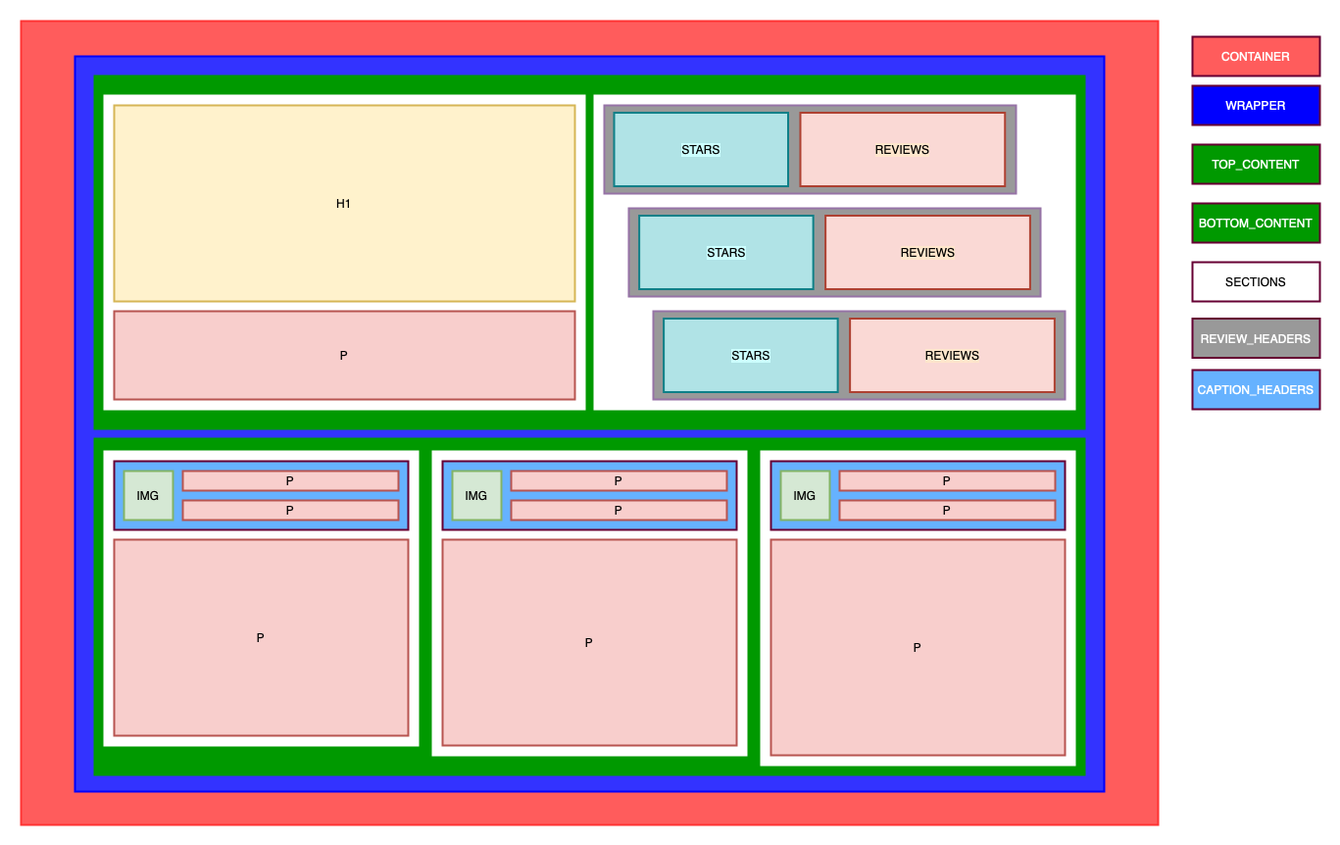
Before: Social-proof-div-layout.png, a diagram exported from draw.io (Basit-Dev/social-proof-FE). Source tidied: cells renumbered, new cells last; positions are measured from the earlier drawing's top-left corner, leaving out a move shared by most shapes.
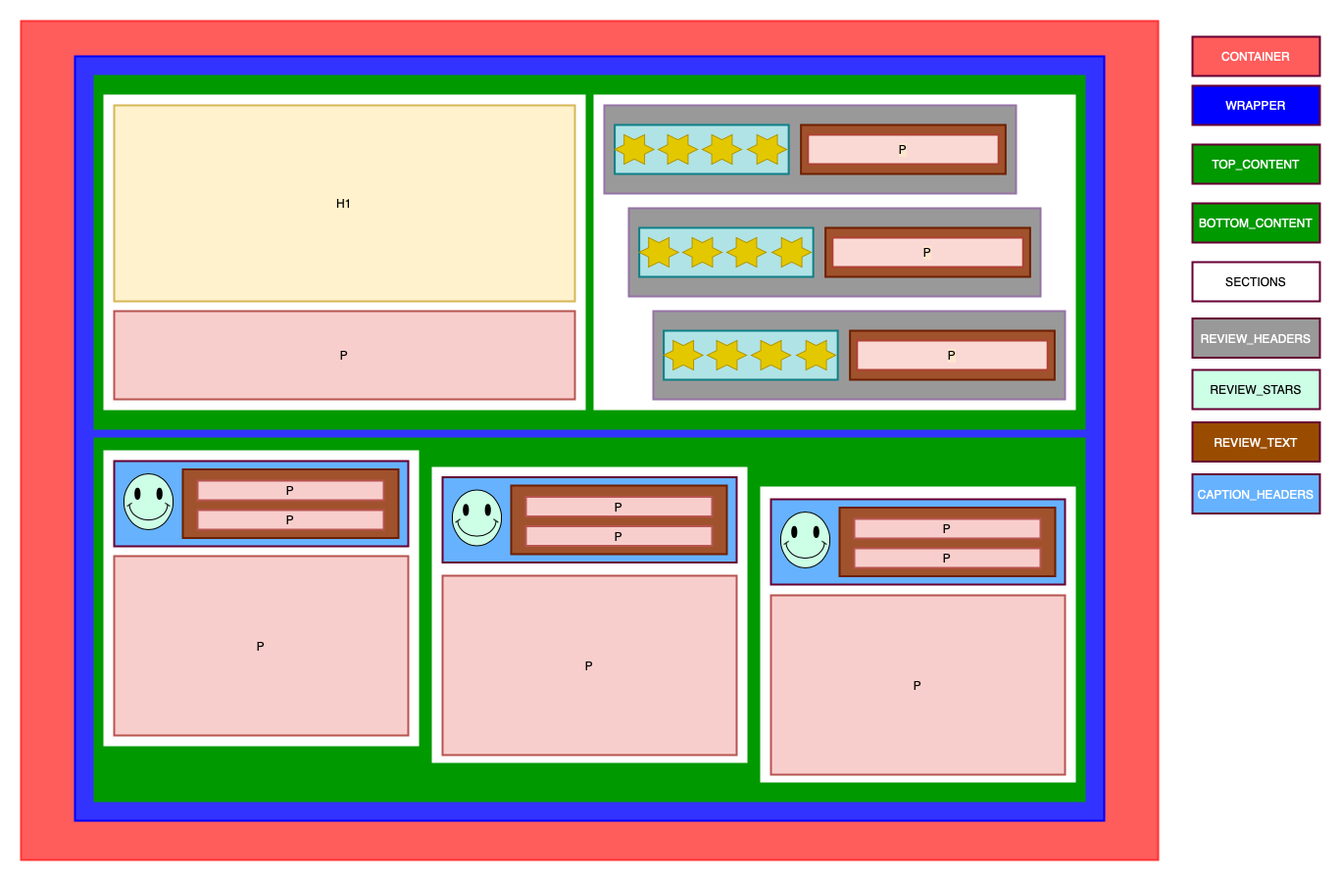
The same diagram one commit later.

Commit message:
wireframe sketch

What changed in the source:
```diff
@@ -3,16 +3,16 @@
     <mxCell id="0" />
     <mxCell id="1" parent="0" />
     <mxCell id="2" style="rounded=0;whiteSpace=wrap;html=1;strokeWidth=2;strokeColor=#FF3333;align=left;labelBackgroundColor=#ffffff;fillColor=#FF5C5C;" parent="1" vertex="1">
-      <mxGeometry width="1160" height="820" as="geometry" />
+      <mxGeometry width="1160" height="856" as="geometry" />
     </mxCell>
     <mxCell id="3" style="rounded=0;whiteSpace=wrap;html=1;strokeWidth=2;strokeColor=#0000FF;fillColor=#3333FF;" parent="1" vertex="1">
-      <mxGeometry x="55" y="36" width="1050" height="750" as="geometry" />
+      <mxGeometry x="55" y="36" width="1050" height="780" as="geometry" />
     </mxCell>
     <mxCell id="4" style="rounded=0;whiteSpace=wrap;html=1;strokeWidth=2;strokeColor=#009900;fillColor=#009900;" parent="1" vertex="1">
       <mxGeometry x="75" y="56" width="1010" height="360" as="geometry" />
     </mxCell>
     <mxCell id="5" style="rounded=0;whiteSpace=wrap;html=1;strokeWidth=2;strokeColor=#009900;fillColor=#009900;" parent="1" vertex="1">
-      <mxGeometry x="75" y="426" width="1010" height="343" as="geometry" />
+      <mxGeometry x="75" y="426" width="1010" height="370" as="geometry" />
     </mxCell>
     <mxCell id="6" style="rounded=0;whiteSpace=wrap;html=1;strokeWidth=2;strokeColor=#FFFFFF;" parent="1" vertex="1">
       <mxGeometry x="85" y="76" width="490" height="320" as="geometry" />
@@ -39,56 +39,17 @@
       <mxGeometry x="645" y="296" width="420" height="90" as="geometry" />
     </mxCell>
     <mxCell id="14" style="rounded=0;whiteSpace=wrap;html=1;strokeWidth=2;strokeColor=#660033;fillColor=#66B2FF;" parent="1" vertex="1">
-      <mxGeometry x="95" y="449" width="300" height="70" as="geometry" />
+      <mxGeometry x="95" y="449" width="300" height="87" as="geometry" />
     </mxCell>
     <mxCell id="15" value="P" style="rounded=0;whiteSpace=wrap;html=1;strokeColor=#b85450;strokeWidth=2;fillColor=#f8cecc;" parent="1" vertex="1">
-      <mxGeometry x="95" y="529" width="300" height="200" as="geometry" />
+      <mxGeometry x="95" y="546" width="300" height="183" as="geometry" />
     </mxCell>
-    <mxCell id="16" value="IMG" style="rounded=0;whiteSpace=wrap;html=1;strokeColor=#82b366;strokeWidth=2;fillColor=#d5e8d4;" parent="1" vertex="1">
-      <mxGeometry x="105" y="459" width="50" height="50" as="geometry" />
-    </mxCell>
-    <mxCell id="17" value="P" style="rounded=0;whiteSpace=wrap;html=1;strokeColor=#b85450;strokeWidth=2;fillColor=#f8cecc;imageHeight=37;" parent="1" vertex="1">
-      <mxGeometry x="165" y="459" width="220" height="20" as="geometry" />
-    </mxCell>
-    <mxCell id="18" value="P" style="rounded=0;whiteSpace=wrap;html=1;strokeColor=#b85450;strokeWidth=2;fillColor=#f8cecc;" parent="1" vertex="1">
-      <mxGeometry x="165" y="489" width="220" height="20" as="geometry" />
-    </mxCell>
     <mxCell id="19" style="rounded=0;whiteSpace=wrap;html=1;strokeWidth=2;strokeColor=#FFFFFF;" parent="1" vertex="1">
-      <mxGeometry x="420" y="439" width="320" height="310" as="geometry" />
+      <mxGeometry x="420" y="456" width="320" height="300" as="geometry" />
     </mxCell>
-    <mxCell id="20" style="rounded=0;whiteSpace=wrap;html=1;strokeWidth=2;strokeColor=#660033;fillColor=#66B2FF;" parent="1" vertex="1">
-      <mxGeometry x="430" y="449" width="300" height="70" as="geometry" />
-    </mxCell>
-    <mxCell id="21" value="P" style="rounded=0;whiteSpace=wrap;html=1;strokeColor=#b85450;strokeWidth=2;fillColor=#f8cecc;" parent="1" vertex="1">
-      <mxGeometry x="430" y="529" width="300" height="210" as="geometry" />
-    </mxCell>
-    <mxCell id="22" value="IMG" style="rounded=0;whiteSpace=wrap;html=1;strokeColor=#82b366;strokeWidth=2;fillColor=#d5e8d4;" parent="1" vertex="1">
-      <mxGeometry x="440" y="459" width="50" height="50" as="geometry" />
-    </mxCell>
-    <mxCell id="23" value="P" style="rounded=0;whiteSpace=wrap;html=1;strokeColor=#b85450;strokeWidth=2;fillColor=#f8cecc;imageHeight=37;" parent="1" vertex="1">
-      <mxGeometry x="500" y="459" width="220" height="20" as="geometry" />
-    </mxCell>
-    <mxCell id="24" value="P" style="rounded=0;whiteSpace=wrap;html=1;strokeColor=#b85450;strokeWidth=2;fillColor=#f8cecc;" parent="1" vertex="1">
-      <mxGeometry x="500" y="489" width="220" height="20" as="geometry" />
-    </mxCell>
     <mxCell id="25" style="rounded=0;whiteSpace=wrap;html=1;strokeWidth=2;strokeColor=#FFFFFF;" parent="1" vertex="1">
-      <mxGeometry x="755" y="439" width="320" height="320" as="geometry" />
+      <mxGeometry x="755" y="476" width="320" height="300" as="geometry" />
     </mxCell>
-    <mxCell id="26" style="rounded=0;whiteSpace=wrap;html=1;strokeWidth=2;strokeColor=#660033;fillColor=#66B2FF;" parent="1" vertex="1">
-      <mxGeometry x="765" y="449" width="300" height="70" as="geometry" />
-    </mxCell>
-    <mxCell id="27" value="P" style="rounded=0;whiteSpace=wrap;html=1;strokeColor=#b85450;strokeWidth=2;fillColor=#f8cecc;" parent="1" vertex="1">
-      <mxGeometry x="765" y="529" width="300" height="220" as="geometry" />
-    </mxCell>
-    <mxCell id="28" value="IMG" style="rounded=0;whiteSpace=wrap;html=1;strokeColor=#82b366;strokeWidth=2;fillColor=#d5e8d4;" parent="1" vertex="1">
-      <mxGeometry x="775" y="459" width="50" height="50" as="geometry" />
-    </mxCell>
-    <mxCell id="29" value="P" style="rounded=0;whiteSpace=wrap;html=1;strokeColor=#b85450;strokeWidth=2;fillColor=#f8cecc;imageHeight=37;" parent="1" vertex="1">
-      <mxGeometry x="835" y="459" width="220" height="20" as="geometry" />
-    </mxCell>
-    <mxCell id="30" value="P" style="rounded=0;whiteSpace=wrap;html=1;strokeColor=#b85450;strokeWidth=2;fillColor=#f8cecc;" parent="1" vertex="1">
-      <mxGeometry x="835" y="489" width="220" height="20" as="geometry" />
-    </mxCell>
     <mxCell id="31" value="&lt;font color=&quot;#ffffff&quot; style=&quot;background-color: rgb(0 , 0 , 255)&quot;&gt;WRAPPER&lt;/font&gt;" style="rounded=0;whiteSpace=wrap;html=1;labelBackgroundColor=#ffffff;strokeColor=#660033;strokeWidth=2;fontColor=#000000;fillColor=#0000FF;" parent="1" vertex="1">
       <mxGeometry x="1195" y="66" width="130" height="40" as="geometry" />
     </mxCell>
@@ -105,28 +66,127 @@
       <mxGeometry x="1195" y="246" width="130" height="40" as="geometry" />
     </mxCell>
     <mxCell id="36" value="&lt;font color=&quot;#ffffff&quot; style=&quot;background-color: rgb(102 , 178 , 255)&quot;&gt;CAPTION_HEADERS&lt;/font&gt;" style="rounded=0;whiteSpace=wrap;html=1;labelBackgroundColor=#ffffff;strokeColor=#660033;strokeWidth=2;fontColor=#000000;fillColor=#66B2FF;" parent="1" vertex="1">
-      <mxGeometry x="1195" y="356" width="130" height="40" as="geometry" />
+      <mxGeometry x="1195" y="462.5" width="130" height="40" as="geometry" />
     </mxCell>
-    <mxCell id="37" value="&lt;span style=&quot;background-color: rgb(204 , 255 , 255)&quot;&gt;STARS&lt;/span&gt;" style="rounded=0;whiteSpace=wrap;html=1;labelBackgroundColor=#ffffff;strokeColor=#0e8088;strokeWidth=2;fillColor=#b0e3e6;" parent="1" vertex="1">
-      <mxGeometry x="605" y="93.5" width="177.5" height="75" as="geometry" />
-    </mxCell>
-    <mxCell id="38" value="&lt;span style=&quot;background-color: rgb(255 , 230 , 204)&quot;&gt;REVIEWS&lt;/span&gt;" style="rounded=0;whiteSpace=wrap;html=1;labelBackgroundColor=#ffffff;strokeColor=#ae4132;strokeWidth=2;fillColor=#fad9d5;" parent="1" vertex="1">
-      <mxGeometry x="795" y="93.5" width="208.8" height="75" as="geometry" />
-    </mxCell>
-    <mxCell id="39" value="&lt;span style=&quot;background-color: rgb(204 , 255 , 255)&quot;&gt;STARS&lt;/span&gt;" style="rounded=0;whiteSpace=wrap;html=1;labelBackgroundColor=#ffffff;strokeColor=#0e8088;strokeWidth=2;fillColor=#b0e3e6;" parent="1" vertex="1">
-      <mxGeometry x="630.6" y="198.5" width="177.5" height="75" as="geometry" />
-    </mxCell>
-    <mxCell id="40" value="&lt;span style=&quot;background-color: rgb(255 , 230 , 204)&quot;&gt;REVIEWS&lt;/span&gt;" style="rounded=0;whiteSpace=wrap;html=1;labelBackgroundColor=#ffffff;strokeColor=#ae4132;strokeWidth=2;fillColor=#fad9d5;" parent="1" vertex="1">
-      <mxGeometry x="820.6" y="198.5" width="208.8" height="75" as="geometry" />
-    </mxCell>
-    <mxCell id="41" value="&lt;span style=&quot;background-color: rgb(204 , 255 , 255)&quot;&gt;STARS&lt;/span&gt;" style="rounded=0;whiteSpace=wrap;html=1;labelBackgroundColor=#ffffff;strokeColor=#0e8088;strokeWidth=2;fillColor=#b0e3e6;" parent="1" vertex="1">
-      <mxGeometry x="655.6" y="303.5" width="177.5" height="75" as="geometry" />
-    </mxCell>
-    <mxCell id="42" value="&lt;span style=&quot;background-color: rgb(255 , 230 , 204)&quot;&gt;REVIEWS&lt;/span&gt;" style="rounded=0;whiteSpace=wrap;html=1;labelBackgroundColor=#ffffff;strokeColor=#ae4132;strokeWidth=2;fillColor=#fad9d5;" parent="1" vertex="1">
-      <mxGeometry x="845.6" y="303.5" width="208.8" height="75" as="geometry" />
-    </mxCell>
     <mxCell id="43" value="&lt;font color=&quot;#ffffff&quot;&gt;&lt;span style=&quot;background-color: rgb(153 , 153 , 153)&quot;&gt;REVIEW_HEADERS&lt;/span&gt;&lt;/font&gt;" style="rounded=0;whiteSpace=wrap;html=1;labelBackgroundColor=#ffffff;strokeColor=#660033;strokeWidth=2;fontColor=#000000;fillColor=#999999;" parent="1" vertex="1">
       <mxGeometry x="1195" y="303.5" width="130" height="40" as="geometry" />
     </mxCell>
+    <mxCell id="44" style="rounded=0;whiteSpace=wrap;html=1;labelBackgroundColor=#ffffff;strokeColor=#0e8088;strokeWidth=2;fillColor=#b0e3e6;" parent="1" vertex="1">
+      <mxGeometry x="605.6" y="106" width="177.5" height="50" as="geometry" />
+    </mxCell>
+    <mxCell id="45" style="rounded=0;whiteSpace=wrap;html=1;labelBackgroundColor=#ffffff;strokeColor=#6D1F00;strokeWidth=2;fillColor=#a0522d;fontColor=#ffffff;" parent="1" vertex="1">
+      <mxGeometry x="795.6" y="106" width="208.8" height="50" as="geometry" />
+    </mxCell>
+    <mxCell id="46" value="&lt;span style=&quot;background-color: rgb(255 , 230 , 204)&quot;&gt;P&lt;/span&gt;" style="rounded=0;whiteSpace=wrap;html=1;labelBackgroundColor=#ffffff;strokeColor=#ae4132;strokeWidth=2;fillColor=#fad9d5;" parent="1" vertex="1">
+      <mxGeometry x="802.8" y="116" width="194.4" height="30" as="geometry" />
+    </mxCell>
+    <mxCell id="47" value="&lt;font color=&quot;#ffffff&quot; style=&quot;background-color: rgb(153 , 76 , 0)&quot;&gt;REVIEW_TEXT&lt;/font&gt;" style="rounded=0;whiteSpace=wrap;html=1;labelBackgroundColor=#ffffff;strokeColor=#660033;strokeWidth=2;fontColor=#000000;fillColor=#994C00;" parent="1" vertex="1">
+      <mxGeometry x="1195" y="409.5" width="130" height="40" as="geometry" />
+    </mxCell>
+    <mxCell id="48" style="verticalLabelPosition=bottom;verticalAlign=top;html=1;shape=mxgraph.basic.6_point_star;fillColor=#e3c800;strokeColor=#B09500;fontColor=#ffffff;" parent="1" vertex="1">
+      <mxGeometry x="605.6" y="116" width="40" height="30" as="geometry" />
+    </mxCell>
+    <mxCell id="49" style="verticalLabelPosition=bottom;verticalAlign=top;html=1;shape=mxgraph.basic.6_point_star;fillColor=#e3c800;strokeColor=#B09500;fontColor=#ffffff;" parent="1" vertex="1">
+      <mxGeometry x="650" y="116" width="40" height="30" as="geometry" />
+    </mxCell>
+    <mxCell id="50" style="verticalLabelPosition=bottom;verticalAlign=top;html=1;shape=mxgraph.basic.6_point_star;fillColor=#e3c800;strokeColor=#B09500;fontColor=#ffffff;" parent="1" vertex="1">
+      <mxGeometry x="695" y="116" width="40" height="30" as="geometry" />
+    </mxCell>
+    <mxCell id="51" style="verticalLabelPosition=bottom;verticalAlign=top;html=1;shape=mxgraph.basic.6_point_star;fillColor=#e3c800;strokeColor=#B09500;fontColor=#ffffff;" parent="1" vertex="1">
+      <mxGeometry x="741.1" y="116" width="40" height="30" as="geometry" />
+    </mxCell>
+    <mxCell id="52" value="&lt;font style=&quot;background-color: rgb(204 , 255 , 230)&quot;&gt;REVIEW_STARS&lt;/font&gt;" style="rounded=0;whiteSpace=wrap;html=1;labelBackgroundColor=#ffffff;strokeColor=#660033;strokeWidth=2;fontColor=#000000;fillColor=#CCFFE6;" parent="1" vertex="1">
+      <mxGeometry x="1195" y="356" width="130" height="40" as="geometry" />
+    </mxCell>
+    <mxCell id="53" style="rounded=0;whiteSpace=wrap;html=1;labelBackgroundColor=#ffffff;strokeColor=#6D1F00;strokeWidth=2;fillColor=#a0522d;fontColor=#ffffff;" parent="1" vertex="1">
+      <mxGeometry x="165" y="457.5" width="220" height="70" as="geometry" />
+    </mxCell>
+    <mxCell id="54" value="P" style="rounded=0;whiteSpace=wrap;html=1;strokeColor=#b85450;strokeWidth=2;fillColor=#f8cecc;" parent="1" vertex="1">
+      <mxGeometry x="180" y="499" width="190" height="20" as="geometry" />
+    </mxCell>
+    <mxCell id="17" value="P" style="rounded=0;whiteSpace=wrap;html=1;strokeColor=#b85450;strokeWidth=2;fillColor=#f8cecc;imageHeight=37;" parent="1" vertex="1">
+      <mxGeometry x="180" y="469" width="190" height="20" as="geometry" />
+    </mxCell>
+    <mxCell id="55" value="P" style="rounded=0;whiteSpace=wrap;html=1;strokeColor=#b85450;strokeWidth=2;fillColor=#f8cecc;" parent="1" vertex="1">
+      <mxGeometry x="430" y="566" width="300" height="183" as="geometry" />
+    </mxCell>
+    <mxCell id="56" value="P" style="rounded=0;whiteSpace=wrap;html=1;strokeColor=#b85450;strokeWidth=2;fillColor=#f8cecc;" parent="1" vertex="1">
+      <mxGeometry x="765" y="586" width="300" height="183" as="geometry" />
+    </mxCell>
+    <mxCell id="57" style="verticalLabelPosition=bottom;verticalAlign=top;html=1;shape=mxgraph.basic.smiley;fillColor=#CCFFE6;" parent="1" vertex="1">
+      <mxGeometry x="105" y="462" width="50" height="57" as="geometry" />
+    </mxCell>
+    <mxCell id="58" style="rounded=0;whiteSpace=wrap;html=1;strokeWidth=2;strokeColor=#660033;fillColor=#66B2FF;" parent="1" vertex="1">
+      <mxGeometry x="430" y="465.5" width="300" height="87" as="geometry" />
+    </mxCell>
+    <mxCell id="59" style="rounded=0;whiteSpace=wrap;html=1;labelBackgroundColor=#ffffff;strokeColor=#6D1F00;strokeWidth=2;fillColor=#a0522d;fontColor=#ffffff;" parent="1" vertex="1">
+      <mxGeometry x="500" y="474" width="220" height="70" as="geometry" />
+    </mxCell>
+    <mxCell id="60" value="P" style="rounded=0;whiteSpace=wrap;html=1;strokeColor=#b85450;strokeWidth=2;fillColor=#f8cecc;" parent="1" vertex="1">
+      <mxGeometry x="515" y="515.5" width="190" height="20" as="geometry" />
+    </mxCell>
+    <mxCell id="61" value="P" style="rounded=0;whiteSpace=wrap;html=1;strokeColor=#b85450;strokeWidth=2;fillColor=#f8cecc;imageHeight=37;" parent="1" vertex="1">
+      <mxGeometry x="515" y="485.5" width="190" height="20" as="geometry" />
+    </mxCell>
+    <mxCell id="62" style="verticalLabelPosition=bottom;verticalAlign=top;html=1;shape=mxgraph.basic.smiley;fillColor=#CCFFE6;" parent="1" vertex="1">
+      <mxGeometry x="440" y="478.5" width="50" height="57" as="geometry" />
+    </mxCell>
+    <mxCell id="63" style="rounded=0;whiteSpace=wrap;html=1;strokeWidth=2;strokeColor=#660033;fillColor=#66B2FF;" parent="1" vertex="1">
+      <mxGeometry x="765" y="488" width="300" height="87" as="geometry" />
+    </mxCell>
+    <mxCell id="64" style="rounded=0;whiteSpace=wrap;html=1;labelBackgroundColor=#ffffff;strokeColor=#6D1F00;strokeWidth=2;fillColor=#a0522d;fontColor=#ffffff;" parent="1" vertex="1">
+      <mxGeometry x="835" y="496.5" width="220" height="70" as="geometry" />
+    </mxCell>
+    <mxCell id="65" value="P" style="rounded=0;whiteSpace=wrap;html=1;strokeColor=#b85450;strokeWidth=2;fillColor=#f8cecc;" parent="1" vertex="1">
+      <mxGeometry x="850" y="538" width="190" height="20" as="geometry" />
+    </mxCell>
+    <mxCell id="66" value="P" style="rounded=0;whiteSpace=wrap;html=1;strokeColor=#b85450;strokeWidth=2;fillColor=#f8cecc;imageHeight=37;" parent="1" vertex="1">
+      <mxGeometry x="850" y="508" width="190" height="20" as="geometry" />
+    </mxCell>
+    <mxCell id="67" style="verticalLabelPosition=bottom;verticalAlign=top;html=1;shape=mxgraph.basic.smiley;fillColor=#CCFFE6;" parent="1" vertex="1">
+      <mxGeometry x="775" y="501" width="50" height="57" as="geometry" />
+    </mxCell>
+    <mxCell id="68" style="rounded=0;whiteSpace=wrap;html=1;labelBackgroundColor=#ffffff;strokeColor=#0e8088;strokeWidth=2;fillColor=#b0e3e6;" parent="1" vertex="1">
+      <mxGeometry x="630.6" y="211" width="177.5" height="50" as="geometry" />
+    </mxCell>
+    <mxCell id="69" style="rounded=0;whiteSpace=wrap;html=1;labelBackgroundColor=#ffffff;strokeColor=#6D1F00;strokeWidth=2;fillColor=#a0522d;fontColor=#ffffff;" parent="1" vertex="1">
+      <mxGeometry x="820.6" y="211" width="208.8" height="50" as="geometry" />
+    </mxCell>
+    <mxCell id="70" value="&lt;span style=&quot;background-color: rgb(255 , 230 , 204)&quot;&gt;P&lt;/span&gt;" style="rounded=0;whiteSpace=wrap;html=1;labelBackgroundColor=#ffffff;strokeColor=#ae4132;strokeWidth=2;fillColor=#fad9d5;" parent="1" vertex="1">
+      <mxGeometry x="827.8" y="221" width="194.4" height="30" as="geometry" />
+    </mxCell>
+    <mxCell id="71" style="verticalLabelPosition=bottom;verticalAlign=top;html=1;shape=mxgraph.basic.6_point_star;fillColor=#e3c800;strokeColor=#B09500;fontColor=#ffffff;" parent="1" vertex="1">
+      <mxGeometry x="630.6" y="221" width="40" height="30" as="geometry" />
+    </mxCell>
+    <mxCell id="72" style="verticalLabelPosition=bottom;verticalAlign=top;html=1;shape=mxgraph.basic.6_point_star;fillColor=#e3c800;strokeColor=#B09500;fontColor=#ffffff;" parent="1" vertex="1">
+      <mxGeometry x="675" y="221" width="40" height="30" as="geometry" />
+    </mxCell>
+    <mxCell id="73" style="verticalLabelPosition=bottom;verticalAlign=top;html=1;shape=mxgraph.basic.6_point_star;fillColor=#e3c800;strokeColor=#B09500;fontColor=#ffffff;" parent="1" vertex="1">
+      <mxGeometry x="720" y="221" width="40" height="30" as="geometry" />
+    </mxCell>
+    <mxCell id="74" style="verticalLabelPosition=bottom;verticalAlign=top;html=1;shape=mxgraph.basic.6_point_star;fillColor=#e3c800;strokeColor=#B09500;fontColor=#ffffff;" parent="1" vertex="1">
+      <mxGeometry x="766.1" y="221" width="40" height="30" as="geometry" />
+    </mxCell>
+    <mxCell id="75" style="rounded=0;whiteSpace=wrap;html=1;labelBackgroundColor=#ffffff;strokeColor=#0e8088;strokeWidth=2;fillColor=#b0e3e6;" parent="1" vertex="1">
+      <mxGeometry x="655.6" y="316" width="177.5" height="50" as="geometry" />
+    </mxCell>
+    <mxCell id="76" style="rounded=0;whiteSpace=wrap;html=1;labelBackgroundColor=#ffffff;strokeColor=#6D1F00;strokeWidth=2;fillColor=#a0522d;fontColor=#ffffff;" parent="1" vertex="1">
+      <mxGeometry x="845.6" y="316" width="208.8" height="50" as="geometry" />
+    </mxCell>
+    <mxCell id="77" value="&lt;span style=&quot;background-color: rgb(255 , 230 , 204)&quot;&gt;P&lt;/span&gt;" style="rounded=0;whiteSpace=wrap;html=1;labelBackgroundColor=#ffffff;strokeColor=#ae4132;strokeWidth=2;fillColor=#fad9d5;" parent="1" vertex="1">
+      <mxGeometry x="852.8" y="326" width="194.4" height="30" as="geometry" />
+    </mxCell>
+    <mxCell id="78" style="verticalLabelPosition=bottom;verticalAlign=top;html=1;shape=mxgraph.basic.6_point_star;fillColor=#e3c800;strokeColor=#B09500;fontColor=#ffffff;" parent="1" vertex="1">
+      <mxGeometry x="655.6" y="326" width="40" height="30" as="geometry" />
+    </mxCell>
+    <mxCell id="79" style="verticalLabelPosition=bottom;verticalAlign=top;html=1;shape=mxgraph.basic.6_point_star;fillColor=#e3c800;strokeColor=#B09500;fontColor=#ffffff;" parent="1" vertex="1">
+      <mxGeometry x="700" y="326" width="40" height="30" as="geometry" />
+    </mxCell>
+    <mxCell id="80" style="verticalLabelPosition=bottom;verticalAlign=top;html=1;shape=mxgraph.basic.6_point_star;fillColor=#e3c800;strokeColor=#B09500;fontColor=#ffffff;" parent="1" vertex="1">
+      <mxGeometry x="745" y="326" width="40" height="30" as="geometry" />
+    </mxCell>
+    <mxCell id="81" style="verticalLabelPosition=bottom;verticalAlign=top;html=1;shape=mxgraph.basic.6_point_star;fillColor=#e3c800;strokeColor=#B09500;fontColor=#ffffff;" parent="1" vertex="1">
+      <mxGeometry x="791.1" y="326" width="40" height="30" as="geometry" />
+    </mxCell>
   </root>
 </mxGraphModel>
```
